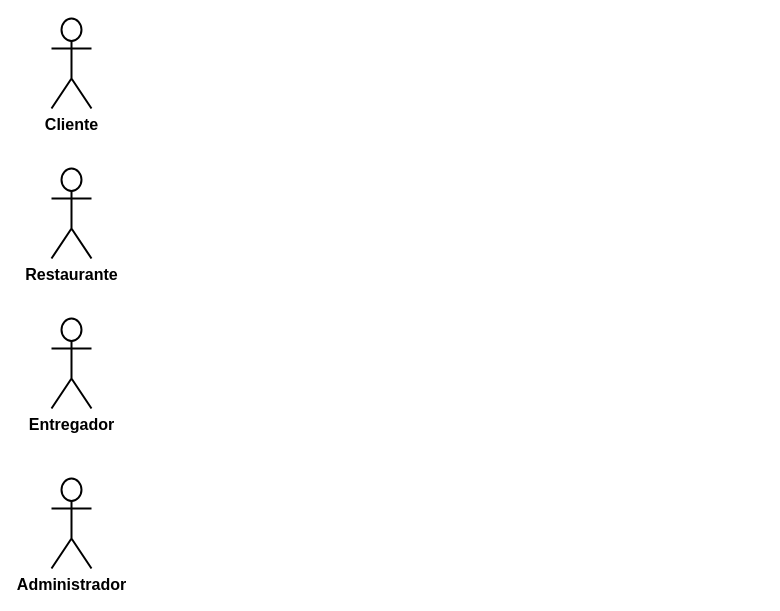
This is Diagrama sem nome.drawio from lrlacerda/Logica-de-Programacao-Pratica, a draw.io file, before an edit. Source tidied: cells renumbered, new cells numbered last; positions are measured from the earlier drawing's top-left corner, leaving out a move shared by most shapes. Both pictures are drawn from the tidied source at 100%, with x=0, y=0 at pixel (51, 18).
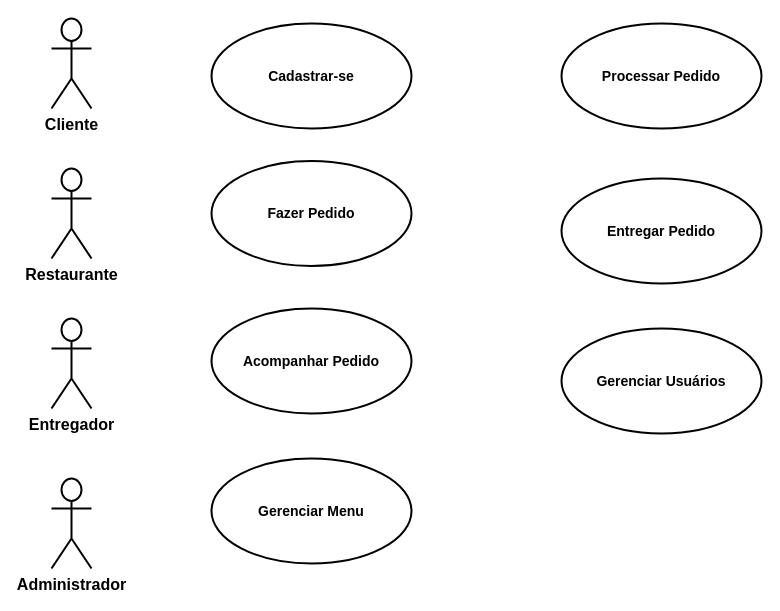
The same diagram, later.

What changed in the source:
```diff
@@
 <mxGraphModel>
   <root>
     <mxCell id="0" />
     <mxCell id="1" parent="0" />
     <mxCell id="2" value="&lt;font style=&quot;font-size: 16px;&quot;&gt;&lt;b&gt;Cliente&lt;/b&gt;&lt;/font&gt;" style="shape=umlActor;verticalLabelPosition=bottom;verticalAlign=top;html=1;strokeWidth=2;" parent="1" vertex="1">
       <mxGeometry width="40" height="90" as="geometry" />
     </mxCell>
     <mxCell id="3" value="&lt;font style=&quot;font-size: 16px;&quot;&gt;&lt;b&gt;Restaurante&lt;/b&gt;&lt;/font&gt;" style="shape=umlActor;verticalLabelPosition=bottom;verticalAlign=top;html=1;strokeWidth=2;" parent="1" vertex="1">
       <mxGeometry y="150" width="40" height="90" as="geometry" />
     </mxCell>
     <mxCell id="4" value="&lt;font style=&quot;font-size: 16px;&quot;&gt;&lt;b&gt;Entregador&lt;/b&gt;&lt;/font&gt;" style="shape=umlActor;verticalLabelPosition=bottom;verticalAlign=top;html=1;strokeWidth=2;" parent="1" vertex="1">
       <mxGeometry y="300" width="40" height="90" as="geometry" />
     </mxCell>
     <mxCell id="5" value="&lt;font style=&quot;font-size: 16px;&quot;&gt;&lt;b&gt;Administrador&lt;/b&gt;&lt;/font&gt;" style="shape=umlActor;verticalLabelPosition=bottom;verticalAlign=top;html=1;strokeWidth=2;" parent="1" vertex="1">
       <mxGeometry y="460" width="40" height="90" as="geometry" />
     </mxCell>
+    <mxCell id="6" value="&lt;font style=&quot;font-size: 14px;&quot;&gt;&lt;b&gt;Cadastrar-se&lt;/b&gt;&lt;/font&gt;" style="ellipse;whiteSpace=wrap;html=1;strokeWidth=2;" parent="1" vertex="1">
+      <mxGeometry x="160" y="5" width="200" height="105" as="geometry" />
+    </mxCell>
+    <mxCell id="7" value="&lt;font style=&quot;font-size: 14px;&quot;&gt;&lt;b&gt;Fazer Pedido&lt;/b&gt;&lt;/font&gt;" style="ellipse;whiteSpace=wrap;html=1;strokeWidth=2;" parent="1" vertex="1">
+      <mxGeometry x="160" y="142.5" width="200" height="105" as="geometry" />
+    </mxCell>
+    <mxCell id="8" value="&lt;font style=&quot;font-size: 14px;&quot;&gt;&lt;b&gt;Acompanhar Pedido&lt;/b&gt;&lt;/font&gt;" style="ellipse;whiteSpace=wrap;html=1;strokeWidth=2;" parent="1" vertex="1">
+      <mxGeometry x="160" y="290" width="200" height="105" as="geometry" />
+    </mxCell>
+    <mxCell id="9" value="&lt;font style=&quot;font-size: 14px;&quot;&gt;&lt;b&gt;Gerenciar Menu&lt;/b&gt;&lt;/font&gt;" style="ellipse;whiteSpace=wrap;html=1;strokeWidth=2;" parent="1" vertex="1">
+      <mxGeometry x="160" y="440" width="200" height="105" as="geometry" />
+    </mxCell>
+    <mxCell id="10" value="&lt;b&gt;&lt;font style=&quot;font-size: 14px;&quot;&gt;Processar Pedido&lt;/font&gt;&lt;/b&gt;" style="ellipse;whiteSpace=wrap;html=1;strokeWidth=2;" parent="1" vertex="1">
+      <mxGeometry x="510" y="5" width="200" height="105" as="geometry" />
+    </mxCell>
+    <mxCell id="11" value="&lt;font style=&quot;font-size: 14px;&quot;&gt;&lt;b&gt;Entregar Pedido&lt;/b&gt;&lt;/font&gt;" style="ellipse;whiteSpace=wrap;html=1;strokeWidth=2;" parent="1" vertex="1">
+      <mxGeometry x="510" y="160" width="200" height="105" as="geometry" />
+    </mxCell>
+    <mxCell id="12" value="&lt;b&gt;&lt;font style=&quot;font-size: 14px;&quot;&gt;Gerenciar Usuários&lt;/font&gt;&lt;/b&gt;" style="ellipse;whiteSpace=wrap;html=1;strokeWidth=2;" parent="1" vertex="1">
+      <mxGeometry x="510" y="310" width="200" height="105" as="geometry" />
+    </mxCell>
   </root>
 </mxGraphModel>
```
